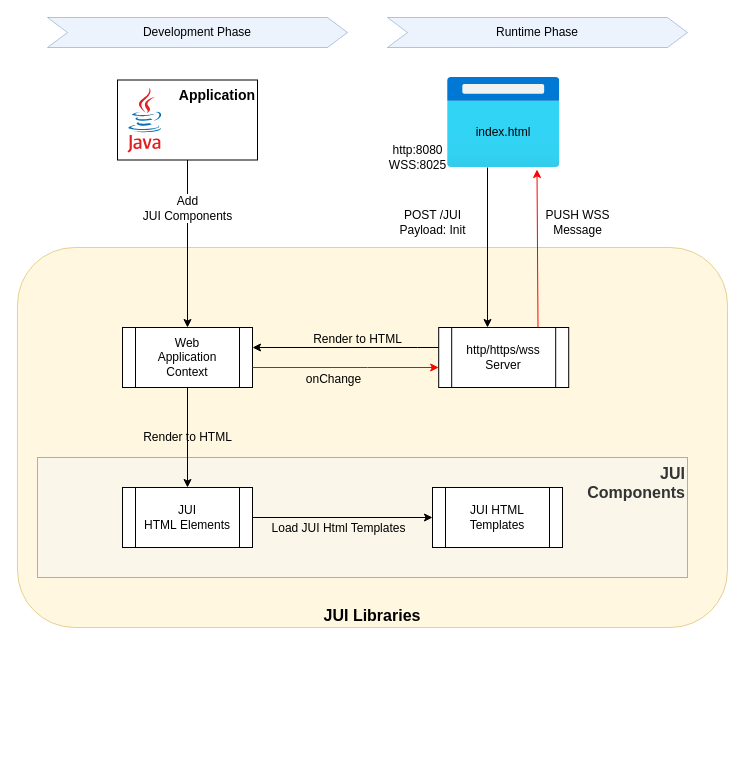
This is page "Logical Architecture" (1 of 4) of assets/jui.drawio from mwzero/jui, a draw.io file, before an edit. Source tidied: cells renumbered, new cells numbered last; positions are measured from the earlier drawing's top-left corner, leaving out a move shared by most shapes. Both pictures are drawn from the tidied source at 100%, with x=0, y=0 at pixel (17, 17).
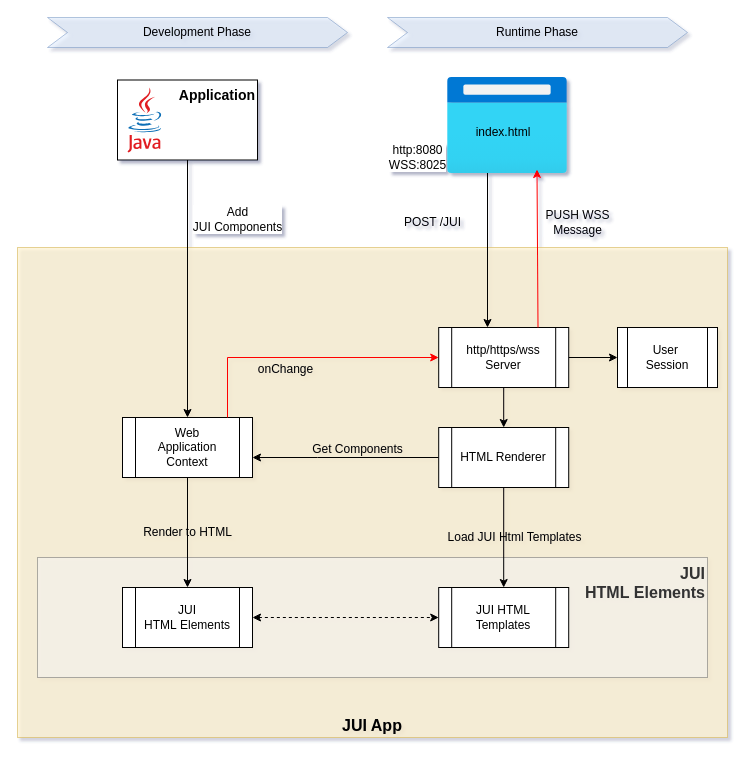
The same diagram, later.

Unchanged cells that the change refers to:
```xml
<mxCell id="5" value="Application" style="rounded=0;whiteSpace=wrap;html=1;align=right;verticalAlign=top;fontSize=14;fontStyle=1;" parent="1" vertex="1">
  <mxGeometry x="100" y="62.5" width="140" height="80" as="geometry" />
</mxCell>
```

The edit, as a diff of the source:
```diff
@@
-<mxGraphModel>
+<mxGraphModel shadow="1">
@@
-    <mxCell id="2" value="JUI Libraries" style="rounded=1;whiteSpace=wrap;html=1;fontSize=16;opacity=60;fillColor=#fff2cc;strokeColor=#d6b656;verticalAlign=bottom;fontStyle=1;" parent="1" vertex="1">
-      <mxGeometry y="230" width="710" height="380" as="geometry" />
+    <mxCell id="2" value="JUI App" style="rounded=0;whiteSpace=wrap;html=1;fontSize=16;opacity=60;fillColor=#fff2cc;strokeColor=#d6b656;verticalAlign=bottom;fontStyle=1;" parent="1" vertex="1">
+      <mxGeometry y="230" width="710" height="490" as="geometry" />
     </mxCell>
-    <mxCell id="3" value="JUI &lt;br&gt;Components" style="rounded=0;whiteSpace=wrap;html=1;fontSize=16;fillColor=#f5f5f5;fontColor=#333333;strokeColor=#666666;opacity=50;align=right;verticalAlign=top;fontStyle=1;" parent="1" vertex="1">
-      <mxGeometry x="20" y="440" width="650" height="120" as="geometry" />
+    <mxCell id="3" value="JUI &lt;br&gt;HTML&amp;nbsp;&lt;span style=&quot;background-color: transparent;&quot;&gt;Elements&lt;/span&gt;" style="rounded=0;whiteSpace=wrap;html=1;fontSize=16;fillColor=#f5f5f5;fontColor=#333333;strokeColor=#666666;opacity=50;align=right;verticalAlign=top;fontStyle=1;" parent="1" vertex="1">
+      <mxGeometry x="20" y="540" width="670" height="120" as="geometry" />
     </mxCell>
     <mxCell id="4" value="Add &lt;br&gt;JUI Components" style="edgeStyle=orthogonalEdgeStyle;rounded=0;jettySize=auto;html=1;entryX=0.5;entryY=0;entryDx=0;entryDy=0;fontSize=12;" parent="1" edge="1" source="5" target="12">
-      <mxGeometry x="-0.43" relative="1" as="geometry" />
+      <mxGeometry x="-0.55" y="50" relative="1" as="geometry">
+        <mxPoint y="1" as="offset" />
+      </mxGeometry>
     </mxCell>
@@
-    <mxCell id="6" style="dashed=0;html=1;align=center;labelPosition=center;verticalLabelPosition=bottom;verticalAlign=top;shape=mxgraph.weblogos.java;" parent="1" vertex="1">
+    <mxCell id="6" style="dashed=0;html=1;align=center;labelPosition=center;verticalLabelPosition=bottom;verticalAlign=top;shape=mxgraph.weblogos.java;rounded=0;" parent="1" vertex="1">
       <mxGeometry x="110" y="70" width="34.4" height="65" as="geometry" />
     </mxCell>
@@
-    <mxCell id="8" style="html=1;align=center;image;fontSize=12;image=img/lib/azure2/general/Browser.svg;" parent="1" vertex="1">
-      <mxGeometry x="430" y="60" width="112.5" height="90" as="geometry" />
+    <mxCell id="8" style="html=1;align=center;image;fontSize=12;image=img/lib/azure2/general/Browser.svg;rounded=0;" parent="1" vertex="1">
+      <mxGeometry x="430" y="60" width="120" height="96" as="geometry" />
     </mxCell>
-    <mxCell id="9" value="&lt;font style=&quot;font-size: 12px;&quot;&gt;Render to HTML&lt;/font&gt;" style="edgeStyle=orthogonalEdgeStyle;rounded=0;jettySize=auto;html=1;fontSize=16;labelBackgroundColor=none;" parent="1" edge="1" source="10" target="12">
+    <mxCell id="9" value="&lt;span style=&quot;font-size: 12px;&quot;&gt;Get Components&lt;/span&gt;" style="edgeStyle=orthogonalEdgeStyle;rounded=0;jettySize=auto;html=1;fontSize=16;labelBackgroundColor=none;exitX=0;exitY=0.5;exitDx=0;exitDy=0;" parent="1" edge="1" source="28" target="12">
       <mxGeometry x="-0.13" y="-10" relative="1" as="geometry">
         <Array as="points">
-          <mxPoint x="400" y="330" />
-          <mxPoint x="400" y="330" />
+          <mxPoint x="300" y="440" />
+          <mxPoint x="300" y="440" />
         </Array>
       </mxGeometry>
     </mxCell>
+    <mxCell id="24" style="edgeStyle=none;html=1;rounded=0;" parent="1" edge="1" source="10" target="27">
+      <mxGeometry relative="1" as="geometry" />
+    </mxCell>
+    <mxCell id="25" style="edgeStyle=none;html=1;entryX=0.5;entryY=0;entryDx=0;entryDy=0;rounded=0;" parent="1" edge="1" source="10" target="28">
+      <mxGeometry relative="1" as="geometry" />
+    </mxCell>
-    <mxCell id="10" value="&lt;span style=&quot;font-size: 12px;&quot;&gt;http/https/wss&lt;/span&gt;&lt;div&gt;&lt;span style=&quot;font-size: 12px;&quot;&gt;Server&lt;/span&gt;&lt;/div&gt;" style="shape=process;whiteSpace=wrap;html=1;backgroundOutline=1;fontSize=8;" parent="1" vertex="1">
+    <mxCell id="10" value="&lt;span style=&quot;font-size: 12px;&quot;&gt;http/https/wss&lt;/span&gt;&lt;div&gt;&lt;span style=&quot;font-size: 12px;&quot;&gt;Server&lt;/span&gt;&lt;/div&gt;" style="shape=process;whiteSpace=wrap;html=1;backgroundOutline=1;fontSize=8;rounded=0;" parent="1" vertex="1">
       <mxGeometry x="421.2" y="310" width="130" height="60" as="geometry" />
     </mxCell>
@@
-    <mxCell id="12" value="&lt;span style=&quot;font-size: 12px;&quot;&gt;Web&lt;br&gt;Application Context&lt;/span&gt;" style="shape=process;whiteSpace=wrap;html=1;backgroundOutline=1;fontSize=8;" parent="1" vertex="1">
-      <mxGeometry x="105" y="310" width="130" height="60" as="geometry" />
+    <mxCell id="12" value="&lt;span style=&quot;font-size: 12px;&quot;&gt;Web&lt;br&gt;Application Context&lt;/span&gt;" style="shape=process;whiteSpace=wrap;html=1;backgroundOutline=1;fontSize=8;rounded=0;" parent="1" vertex="1">
+      <mxGeometry x="105" y="400" width="130" height="60" as="geometry" />
     </mxCell>
-    <mxCell id="13" value="Development Phase" style="shape=step;perimeter=stepPerimeter;whiteSpace=wrap;html=1;fixedSize=1;fontSize=12;opacity=50;fillColor=#dae8fc;strokeColor=#6c8ebf;" parent="1" vertex="1">
+    <mxCell id="13" value="Development Phase" style="shape=step;perimeter=stepPerimeter;whiteSpace=wrap;html=1;fixedSize=1;fontSize=12;opacity=50;fillColor=#dae8fc;strokeColor=#6c8ebf;rounded=0;" parent="1" vertex="1">
       <mxGeometry x="30" width="300" height="30" as="geometry" />
     </mxCell>
-    <mxCell id="14" value="Runtime Phase" style="shape=step;perimeter=stepPerimeter;whiteSpace=wrap;html=1;fixedSize=1;fontSize=12;opacity=50;fillColor=#dae8fc;strokeColor=#6c8ebf;" parent="1" vertex="1">
+    <mxCell id="14" value="Runtime Phase" style="shape=step;perimeter=stepPerimeter;whiteSpace=wrap;html=1;fixedSize=1;fontSize=12;opacity=50;fillColor=#dae8fc;strokeColor=#6c8ebf;rounded=0;" parent="1" vertex="1">
       <mxGeometry x="370" width="300" height="30" as="geometry" />
     </mxCell>
-    <mxCell id="15" value="&lt;span style=&quot;font-size: 12px;&quot;&gt;JUI HTML Templates&lt;/span&gt;" style="shape=process;whiteSpace=wrap;html=1;backgroundOutline=1;fontSize=8;" parent="1" vertex="1">
-      <mxGeometry x="415" y="470" width="130" height="60" as="geometry" />
+    <mxCell id="15" value="&lt;span style=&quot;font-size: 12px;&quot;&gt;JUI HTML Templates&lt;/span&gt;" style="shape=process;whiteSpace=wrap;html=1;backgroundOutline=1;fontSize=8;rounded=0;" parent="1" vertex="1">
+      <mxGeometry x="421.2" y="570" width="130" height="60" as="geometry" />
     </mxCell>
-    <mxCell id="16" style="edgeStyle=orthogonalEdgeStyle;rounded=0;jettySize=auto;html=1;fontSize=16;" parent="1" edge="1" source="18" target="15">
+    <mxCell id="16" style="edgeStyle=orthogonalEdgeStyle;rounded=0;jettySize=auto;html=1;fontSize=16;exitX=0.5;exitY=1;exitDx=0;exitDy=0;" parent="1" edge="1" source="28" target="15">
       <mxGeometry relative="1" as="geometry" />
     </mxCell>
-    <mxCell id="17" value="Load JUI Html Templates" style="edgeLabel;html=1;align=center;verticalAlign=middle;fontSize=12;labelBackgroundColor=none;" parent="16" vertex="1">
+    <mxCell id="17" value="Load JUI Html Templates" style="edgeLabel;html=1;align=center;verticalAlign=middle;fontSize=12;labelBackgroundColor=none;rounded=0;" parent="16" vertex="1">
       <mxGeometry x="-0.19" y="-2" relative="1" as="geometry">
         <mxPoint x="12" y="8" as="offset" />
       </mxGeometry>
     </mxCell>
+    <mxCell id="26" style="edgeStyle=none;html=1;dashed=1;startArrow=classic;startFill=1;rounded=0;" parent="1" edge="1" source="18" target="15">
+      <mxGeometry relative="1" as="geometry" />
+    </mxCell>
-    <mxCell id="18" value="&lt;span style=&quot;font-size: 12px;&quot;&gt;JUI HTML&lt;/span&gt;&lt;span style=&quot;font-size: 12px; background-color: transparent;&quot;&gt;&amp;nbsp;Elements&lt;/span&gt;" style="shape=process;whiteSpace=wrap;html=1;backgroundOutline=1;fontSize=8;" parent="1" vertex="1">
-      <mxGeometry x="105" y="470" width="130" height="60" as="geometry" />
+    <mxCell id="18" value="&lt;span style=&quot;font-size: 12px;&quot;&gt;JUI HTML&lt;/span&gt;&lt;span style=&quot;font-size: 12px; background-color: transparent;&quot;&gt;&amp;nbsp;Elements&lt;/span&gt;" style="shape=process;whiteSpace=wrap;html=1;backgroundOutline=1;fontSize=8;rounded=0;" parent="1" vertex="1">
+      <mxGeometry x="105" y="570" width="130" height="60" as="geometry" />
     </mxCell>
@@
-    <mxCell id="20" value="POST /JUI&lt;div&gt;Payload: Init&lt;/div&gt;" style="text;html=1;align=center;verticalAlign=middle;whiteSpace=wrap;rounded=0;" parent="1" vertex="1">
+    <mxCell id="20" value="POST /JUI" style="text;html=1;align=center;verticalAlign=middle;whiteSpace=wrap;rounded=0;" parent="1" vertex="1">
       <mxGeometry x="371" y="190" width="88.8" height="30" as="geometry" />
     </mxCell>
-    <mxCell id="21" style="edgeStyle=none;html=1;entryX=0.302;entryY=1;entryDx=0;entryDy=0;entryPerimeter=0;exitX=0.337;exitY=-0.033;exitDx=0;exitDy=0;exitPerimeter=0;strokeColor=light-dark(#ff0000, #ededed);" parent="1" edge="1">
+    <mxCell id="21" style="edgeStyle=none;html=1;entryX=0.302;entryY=1;entryDx=0;entryDy=0;entryPerimeter=0;exitX=0.337;exitY=-0.033;exitDx=0;exitDy=0;exitPerimeter=0;strokeColor=light-dark(#ff0000, #ededed);rounded=0;" parent="1" edge="1">
       <mxGeometry relative="1" as="geometry">
         <mxPoint x="520.5" y="310" as="sourcePoint" />
         <mxPoint x="519.5" y="152" as="targetPoint" />
       </mxGeometry>
     </mxCell>
@@
     <mxCell id="23" value="&lt;font style=&quot;font-size: 12px;&quot;&gt;onChange&lt;/font&gt;" style="edgeStyle=orthogonalEdgeStyle;rounded=0;jettySize=auto;html=1;fontSize=16;labelBackgroundColor=none;strokeColor=#FF0000;" parent="1" edge="1" source="12" target="10">
       <mxGeometry x="-0.13" y="-10" relative="1" as="geometry">
         <Array as="points">
-          <mxPoint x="350" y="350" />
-          <mxPoint x="350" y="350" />
+          <mxPoint x="210" y="340" />
         </Array>
       </mxGeometry>
     </mxCell>
+    <mxCell id="27" value="&lt;font style=&quot;font-size: 12px;&quot;&gt;User&amp;nbsp;&lt;/font&gt;&lt;div&gt;&lt;font style=&quot;font-size: 12px;&quot;&gt;Session&lt;/font&gt;&lt;/div&gt;" style="shape=process;whiteSpace=wrap;html=1;backgroundOutline=1;fontSize=8;rounded=0;" parent="1" vertex="1">
+      <mxGeometry x="600" y="310" width="100" height="60" as="geometry" />
+    </mxCell>
+    <mxCell id="28" value="&lt;span style=&quot;font-size: 12px;&quot;&gt;HTML Renderer&lt;/span&gt;" style="shape=process;whiteSpace=wrap;html=1;backgroundOutline=1;fontSize=8;rounded=0;" parent="1" vertex="1">
+      <mxGeometry x="421.2" y="410" width="130" height="60" as="geometry" />
+    </mxCell>
```
